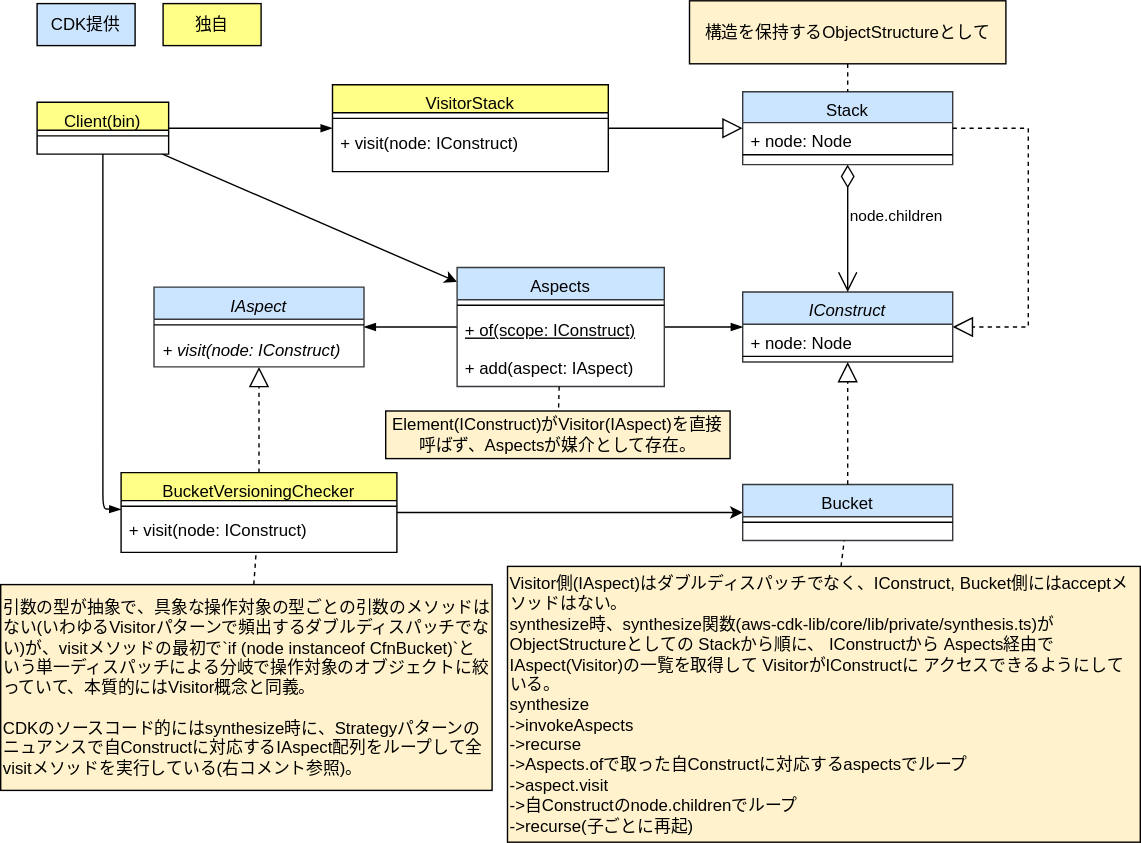
Earlier version of the draw.io export drawio/visitor/visitor-cdk-simplified.drawio.svg (go-to-k/cdk-gof-design-pattern). Source tidied: cells renumbered, new cells last; positions are measured from the earlier drawing's top-left corner, leaving out a move shared by most shapes.
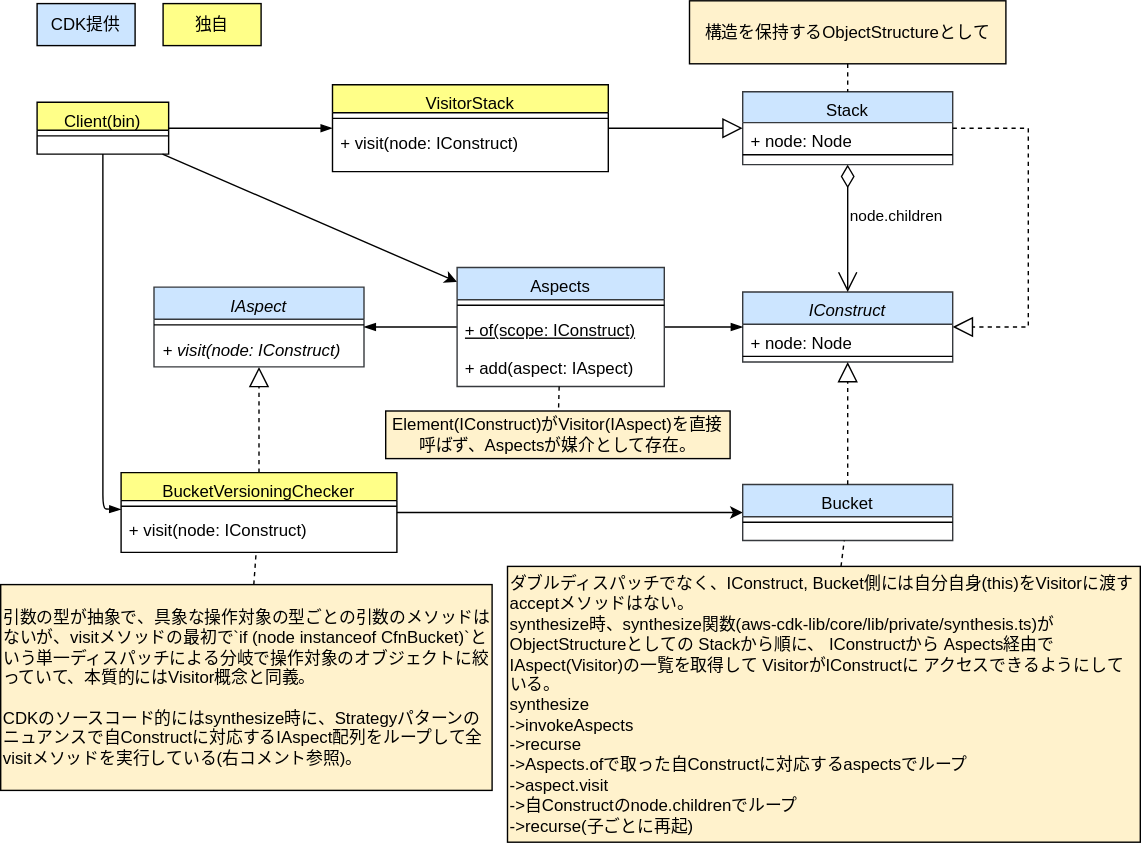
After the commit.

Commit message:
update visitor diagrams

Change to the diagram source:
```diff
@@ -53,13 +53,13 @@
     <mxCell id="18" style="edgeStyle=none;html=1;strokeColor=#000000;endArrow=none;endFill=0;dashed=1;" parent="1" edge="1" source="19" target="5">
       <mxGeometry relative="1" as="geometry" />
     </mxCell>
-    <mxCell id="19" value="引数の型が抽象で、具象な操作対象の型ごとの引数のメソッドはない(いわゆるVisitorパターンで頻出するダブルディスパッチでない)が、visitメソッドの最初で`if (node instanceof CfnBucket)`という単一ディスパッチによる分岐で操作対象のオブジェクトに絞っていて、本質的にはVisitor概念と同義。&lt;br&gt;&lt;br&gt;CDKのソースコード的にはsynthesize時に、Strategyパターンのニュアンスで自Constructに対応するIAspect配列をループして全visitメソッドを実行している(右コメント参照)。" style="text;html=1;strokeColor=#000000;fillColor=#fff2cc;align=left;verticalAlign=middle;whiteSpace=wrap;rounded=0;fontColor=#000000;" parent="1" vertex="1">
+    <mxCell id="19" value="引数の型が抽象で、具象な操作対象の型ごとの引数のメソッドはないが、visitメソッドの最初で`if (node instanceof CfnBucket)`という単一ディスパッチによる分岐で操作対象のオブジェクトに絞っていて、本質的にはVisitor概念と同義。&lt;br&gt;&lt;br&gt;CDKのソースコード的にはsynthesize時に、Strategyパターンのニュアンスで自Constructに対応するIAspect配列をループして全visitメソッドを実行している(右コメント参照)。" style="text;html=1;strokeColor=#000000;fillColor=#fff2cc;align=left;verticalAlign=middle;whiteSpace=wrap;rounded=0;fontColor=#000000;" parent="1" vertex="1">
       <mxGeometry y="417" width="351" height="147" as="geometry" />
     </mxCell>
     <mxCell id="20" style="edgeStyle=none;html=1;dashed=1;strokeColor=#000000;endArrow=none;endFill=0;" parent="1" edge="1" source="21" target="12">
       <mxGeometry relative="1" as="geometry" />
     </mxCell>
-    <mxCell id="21" value="&lt;div&gt;Visitor側(IAspect)はダブルディスパッチでなく、IConstruct, Bucket側にはacceptメソッドはない。&lt;/div&gt;&lt;div&gt;synthesize時、synthesize関数(aws-cdk-lib/core/lib/private/synthesis.ts)が&lt;/div&gt;&lt;span style=&quot;text-align: center;&quot;&gt;ObjectStructureとしての&lt;/span&gt;&lt;span style=&quot;background-color: initial;&quot;&gt;Stackから順に、&lt;/span&gt;IConstructから&lt;span style=&quot;background-color: initial;&quot;&gt;Aspects経由でIAspect(Visitor)の一覧を取得して&lt;/span&gt;VisitorがIConstructに&lt;span style=&quot;background-color: initial;&quot;&gt;アクセスできるようにしている。&lt;/span&gt;&lt;span style=&quot;text-align: center;&quot;&gt;&lt;br&gt;&lt;/span&gt;&lt;div&gt;synthesize&lt;/div&gt;&lt;div&gt;&amp;nbsp; -&amp;gt;invokeAspects&lt;/div&gt;&lt;div&gt;&amp;nbsp; &amp;nbsp; -&amp;gt;recurse&lt;/div&gt;&lt;div&gt;&amp;nbsp; &amp;nbsp; &amp;nbsp; -&amp;gt;Aspects.ofで取った自Constructに対応するaspectsでループ&lt;/div&gt;&lt;div&gt;&amp;nbsp; &amp;nbsp; &amp;nbsp; &amp;nbsp; -&amp;gt;aspect.visit&lt;/div&gt;&lt;div&gt;&amp;nbsp; &amp;nbsp; &amp;nbsp; -&amp;gt;自Constructのnode.childrenでループ&lt;/div&gt;&lt;div&gt;&amp;nbsp; &amp;nbsp; &amp;nbsp; &amp;nbsp; -&amp;gt;recurse(子ごとに再起)&lt;/div&gt;" style="text;html=1;strokeColor=#000000;fillColor=#fff2cc;align=left;verticalAlign=middle;whiteSpace=wrap;rounded=0;fontColor=#000000;" parent="1" vertex="1">
+    <mxCell id="21" value="&lt;div&gt;ダブルディスパッチでなく、IConstruct, Bucket側には自分自身(this)をVisitorに渡すacceptメソッドはない。&lt;/div&gt;&lt;div&gt;synthesize時、synthesize関数(aws-cdk-lib/core/lib/private/synthesis.ts)が&lt;/div&gt;&lt;span style=&quot;text-align: center;&quot;&gt;ObjectStructureとしての&lt;/span&gt;&lt;span style=&quot;background-color: initial;&quot;&gt;Stackから順に、&lt;/span&gt;IConstructから&lt;span style=&quot;background-color: initial;&quot;&gt;Aspects経由でIAspect(Visitor)の一覧を取得して&lt;/span&gt;VisitorがIConstructに&lt;span style=&quot;background-color: initial;&quot;&gt;アクセスできるようにしている。&lt;/span&gt;&lt;span style=&quot;text-align: center;&quot;&gt;&lt;br&gt;&lt;/span&gt;&lt;div&gt;synthesize&lt;/div&gt;&lt;div&gt;&amp;nbsp; -&amp;gt;invokeAspects&lt;/div&gt;&lt;div&gt;&amp;nbsp; &amp;nbsp; -&amp;gt;recurse&lt;/div&gt;&lt;div&gt;&amp;nbsp; &amp;nbsp; &amp;nbsp; -&amp;gt;Aspects.ofで取った自Constructに対応するaspectsでループ&lt;/div&gt;&lt;div&gt;&amp;nbsp; &amp;nbsp; &amp;nbsp; &amp;nbsp; -&amp;gt;aspect.visit&lt;/div&gt;&lt;div&gt;&amp;nbsp; &amp;nbsp; &amp;nbsp; -&amp;gt;自Constructのnode.childrenでループ&lt;/div&gt;&lt;div&gt;&amp;nbsp; &amp;nbsp; &amp;nbsp; &amp;nbsp; -&amp;gt;recurse(子ごとに再起)&lt;/div&gt;" style="text;html=1;strokeColor=#000000;fillColor=#fff2cc;align=left;verticalAlign=middle;whiteSpace=wrap;rounded=0;fontColor=#000000;" parent="1" vertex="1">
       <mxGeometry x="362" y="404" width="452" height="197" as="geometry" />
     </mxCell>
     <mxCell id="22" value="node.children" style="endArrow=open;html=1;endSize=12;startArrow=diamondThin;startSize=14;startFill=0;edgeStyle=orthogonalEdgeStyle;align=left;verticalAlign=bottom;rounded=0;fontColor=#000000;strokeColor=#000000;labelBackgroundColor=none;" parent="1" edge="1" source="23" target="14">
```
